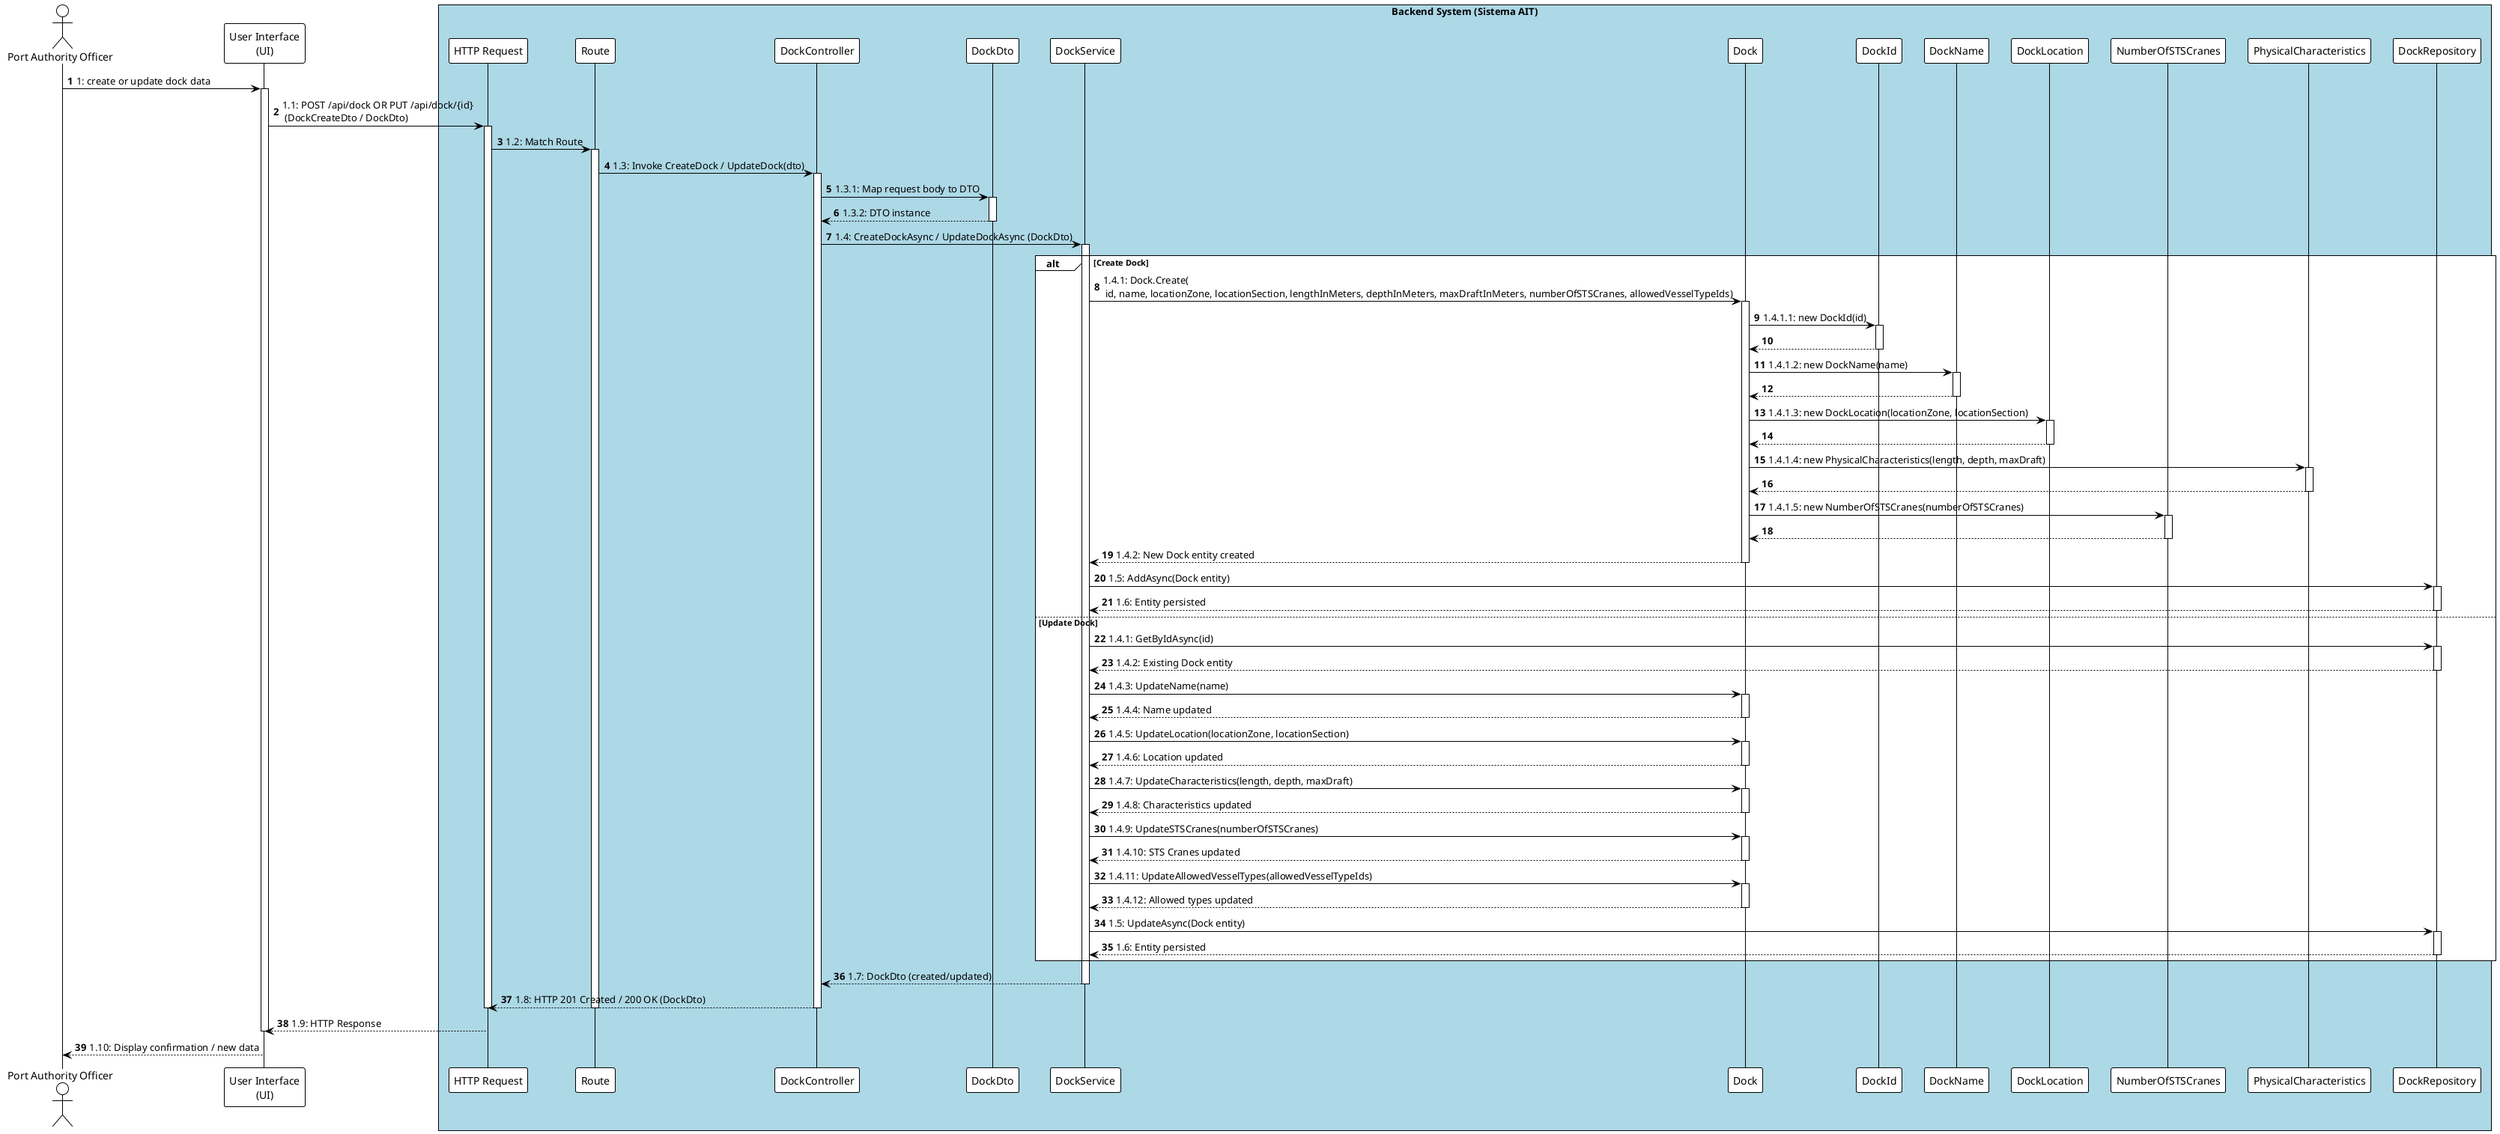
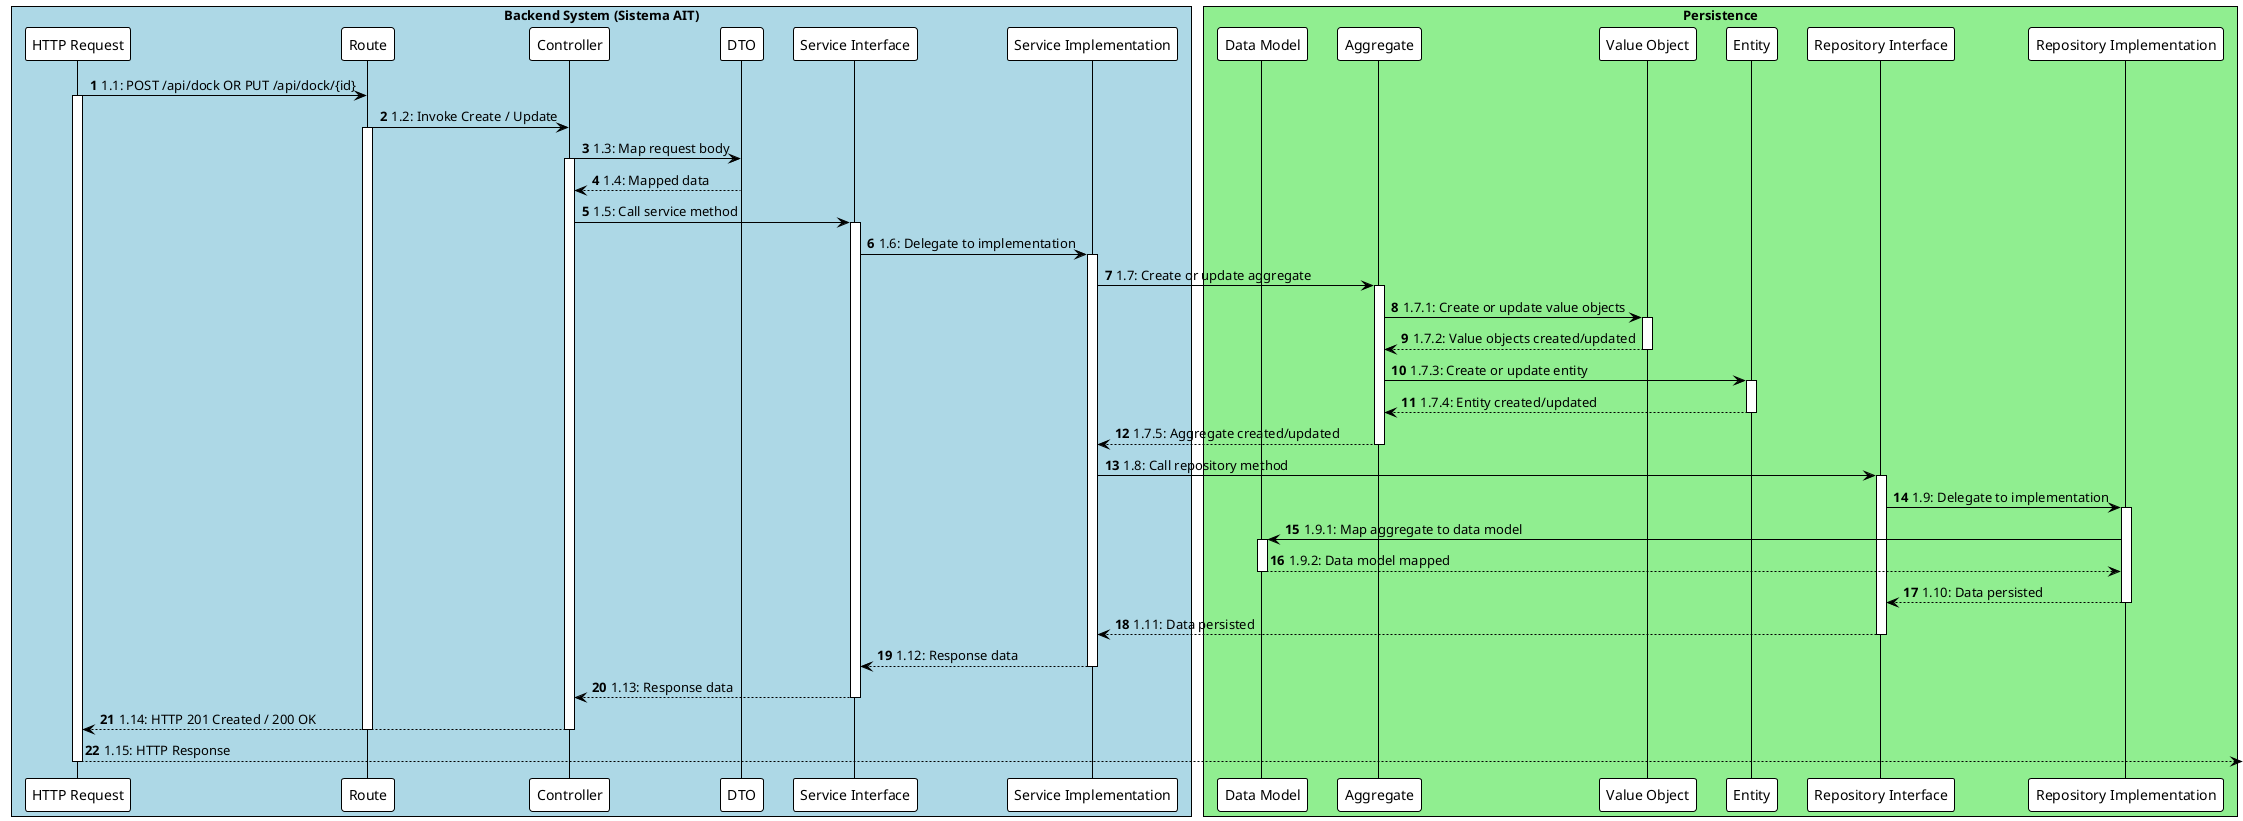
@startuml
!theme plain
autonumber

- actor "Port Authority Officer" as Officer
- participant "User Interface\n(UI)" as UI
box "Backend System (Sistema AIT)" #LightBlue
    participant "HTTP Request" as HttpRequest
    participant "Route" as Route
-     participant "DockController" as Controller
-     participant "DockDto" as Dto
-     participant "DockService" as ServiceImpl
-     participant "Dock" as DomainEntity
-     participant "DockId" as EntityId
-     participant "DockName" as NameVO
-     participant "DockLocation" as LocVO
-     participant "NumberOfSTSCranes" as stsCranes
-     participant "PhysicalCharacteristics" as Characteristics
-     participant "DockRepository" as RepoImpl
+     participant "Controller" as Controller
+     participant "DTO" as Dto
+     participant "Service Interface" as ServiceInterface
+     participant "Service Implementation" as ServiceImpl
+     box "Persistence" #LightGreen
+         participant "Data Model" as DataModel
+         participant "Aggregate" as Aggregate
+         participant "Value Object" as ValueObject
+         participant "Entity" as Entity
+         participant "Repository Interface" as RepoInterface
+         participant "Repository Implementation" as RepoImpl
+     end box
end box

- Officer -> UI : 1: create or update dock data
- activate UI
- 
- UI -> HttpRequest : 1.1: POST /api/dock OR PUT /api/dock/{id} \n (DockCreateDto / DockDto)
+ HttpRequest -> Route : 1.1: POST /api/dock OR PUT /api/dock/{id}
activate HttpRequest
- HttpRequest -> Route : 1.2: Match Route
+ Route -> Controller : 1.2: Invoke Create / Update
activate Route
- Route -> Controller : 1.3: Invoke CreateDock / UpdateDock(dto)
+ Controller -> Dto : 1.3: Map request body
activate Controller
- 
- Controller -> Dto : 1.3.1: Map request body to DTO
- activate Dto
- Dto --> Controller : 1.3.2: DTO instance
+ Dto --> Controller : 1.4: Mapped data
deactivate Dto
- 
- Controller -> ServiceImpl : 1.4: CreateDockAsync / UpdateDockAsync (DockDto)
+ Controller -> ServiceInterface : 1.5: Call service method
+ activate ServiceInterface
+ ServiceInterface -> ServiceImpl : 1.6: Delegate to implementation
activate ServiceImpl
- 
- alt Create Dock
-     ServiceImpl -> DomainEntity : 1.4.1: Dock.Create(\n id, name, locationZone, locationSection, lengthInMeters, depthInMeters, maxDraftInMeters, numberOfSTSCranes, allowedVesselTypeIds)
-     activate DomainEntity
- 
-     DomainEntity -> EntityId : 1.4.1.1: new DockId(id)
-     activate EntityId
-     EntityId --> DomainEntity
-     deactivate EntityId
- 
-     DomainEntity -> NameVO : 1.4.1.2: new DockName(name)
-     activate NameVO
-     NameVO --> DomainEntity
-     deactivate NameVO
- 
-     DomainEntity -> LocVO : 1.4.1.3: new DockLocation(locationZone, locationSection)
-     activate LocVO
-     LocVO --> DomainEntity
-     deactivate LocVO
- 
-     DomainEntity -> Characteristics : 1.4.1.4: new PhysicalCharacteristics(length, depth, maxDraft)
-     activate Characteristics
-     Characteristics --> DomainEntity
-     deactivate Characteristics
- 
-     DomainEntity -> stsCranes : 1.4.1.5: new NumberOfSTSCranes(numberOfSTSCranes)
-     activate stsCranes
-     stsCranes --> DomainEntity
-     deactivate stsCranes
- 
-     DomainEntity --> ServiceImpl : 1.4.2: New Dock entity created
-     deactivate DomainEntity
- 
-     ServiceImpl -> RepoImpl : 1.5: AddAsync(Dock entity)
-     activate RepoImpl
-     RepoImpl --> ServiceImpl : 1.6: Entity persisted
-     deactivate RepoImpl
- else Update Dock
-     ServiceImpl -> RepoImpl : 1.4.1: GetByIdAsync(id)
-     activate RepoImpl
-     RepoImpl --> ServiceImpl : 1.4.2: Existing Dock entity
-     deactivate RepoImpl
- 
-     ServiceImpl -> DomainEntity : 1.4.3: UpdateName(name)
-     activate DomainEntity
-     DomainEntity --> ServiceImpl : 1.4.4: Name updated
-     deactivate DomainEntity
- 
-     ServiceImpl -> DomainEntity : 1.4.5: UpdateLocation(locationZone, locationSection)
-     activate DomainEntity
-     DomainEntity --> ServiceImpl : 1.4.6: Location updated
-     deactivate DomainEntity
- 
-     ServiceImpl -> DomainEntity : 1.4.7: UpdateCharacteristics(length, depth, maxDraft)
-     activate DomainEntity
-     DomainEntity --> ServiceImpl : 1.4.8: Characteristics updated
-     deactivate DomainEntity
- 
-     ServiceImpl -> DomainEntity : 1.4.9: UpdateSTSCranes(numberOfSTSCranes)
-     activate DomainEntity
-     DomainEntity --> ServiceImpl : 1.4.10: STS Cranes updated
-     deactivate DomainEntity
- 
-     ServiceImpl -> DomainEntity : 1.4.11: UpdateAllowedVesselTypes(allowedVesselTypeIds)
-     activate DomainEntity
-     DomainEntity --> ServiceImpl : 1.4.12: Allowed types updated
-     deactivate DomainEntity
- 
-     ServiceImpl -> RepoImpl : 1.5: UpdateAsync(Dock entity)
-     activate RepoImpl
-     RepoImpl --> ServiceImpl : 1.6: Entity persisted
-     deactivate RepoImpl
- end
- 
- ServiceImpl --> Controller : 1.7: DockDto (created/updated)
+ ServiceImpl -> Aggregate : 1.7: Create or update aggregate
+ activate Aggregate
+ Aggregate -> ValueObject : 1.7.1: Create or update value objects
+ activate ValueObject
+ ValueObject --> Aggregate : 1.7.2: Value objects created/updated
+ deactivate ValueObject
+ Aggregate -> Entity : 1.7.3: Create or update entity
+ activate Entity
+ Entity --> Aggregate : 1.7.4: Entity created/updated
+ deactivate Entity
+ Aggregate --> ServiceImpl : 1.7.5: Aggregate created/updated
+ deactivate Aggregate
+ ServiceImpl -> RepoInterface : 1.8: Call repository method
+ activate RepoInterface
+ RepoInterface -> RepoImpl : 1.9: Delegate to implementation
+ activate RepoImpl
+ RepoImpl -> DataModel : 1.9.1: Map aggregate to data model
+ activate DataModel
+ DataModel --> RepoImpl : 1.9.2: Data model mapped
+ deactivate DataModel
+ RepoImpl --> RepoInterface : 1.10: Data persisted
+ deactivate RepoImpl
+ RepoInterface --> ServiceImpl : 1.11: Data persisted
+ deactivate RepoInterface
+ ServiceImpl --> ServiceInterface : 1.12: Response data
deactivate ServiceImpl
- 
- Controller --> HttpRequest : 1.8: HTTP 201 Created / 200 OK (DockDto)
+ ServiceInterface --> Controller : 1.13: Response data
+ deactivate ServiceInterface
+ Controller --> HttpRequest : 1.14: HTTP 201 Created / 200 OK
deactivate Controller
deactivate Route
+ HttpRequest --> : 1.15: HTTP Response
deactivate HttpRequest

- HttpRequest --> UI : 1.9: HTTP Response
- deactivate UI
- 
- UI --> Officer : 1.10: Display confirmation / new data
- 
- @enduml
+ @enduml